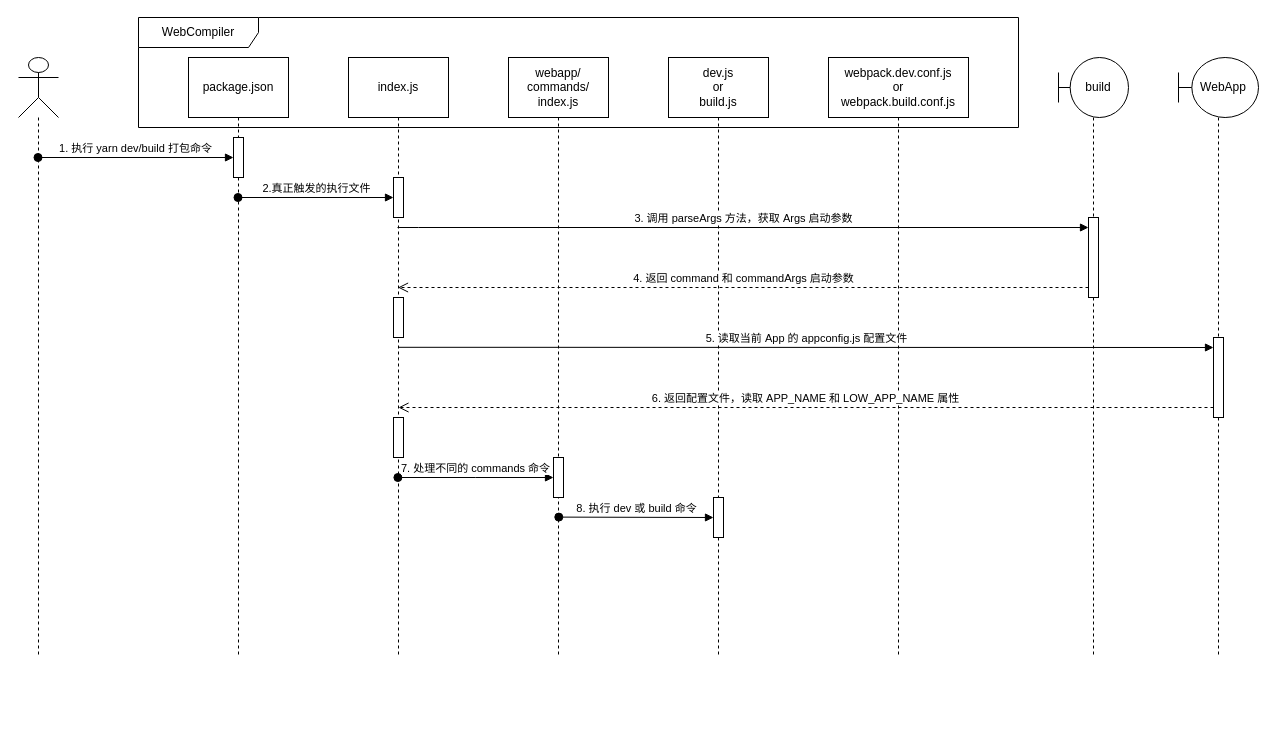
This is page "WebCompiler" (2 of 2) of VIDAA_Monorepo.drawio from LeeDebug/drawio, a draw.io file, before an edit. Source tidied: cells renumbered, new cells numbered last; positions are measured from the earlier drawing's top-left corner, leaving out a move shared by most shapes. Both pictures are drawn from the tidied source at 100%, with x=0, y=0 at pixel (18, 17).
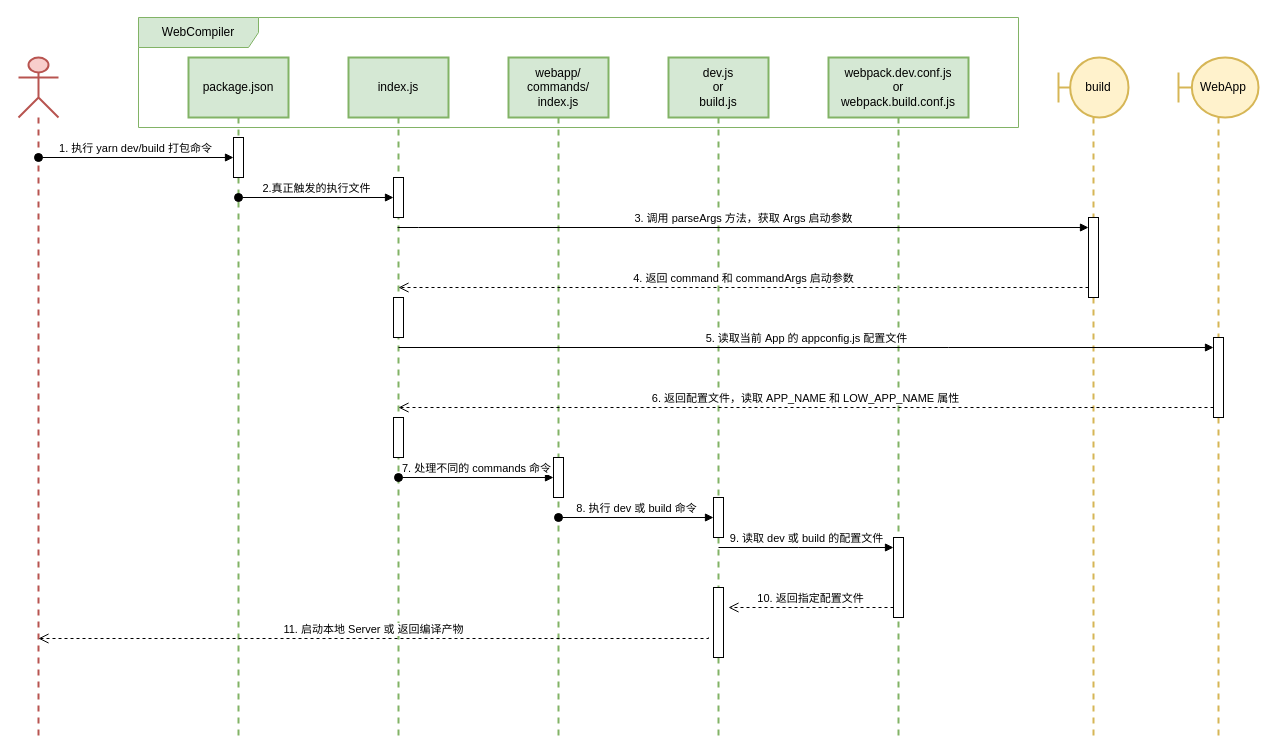
Above is the later version.

Unchanged cells that the change refers to:
```xml
<mxCell id="14" style="html=1;points=[];perimeter=orthogonalPerimeter;outlineConnect=0;targetShapes=umlLifeline;portConstraint=eastwest;newEdgeStyle={&quot;edgeStyle&quot;:&quot;elbowEdgeStyle&quot;,&quot;elbow&quot;:&quot;vertical&quot;,&quot;curved&quot;:0,&quot;rounded&quot;:0};" parent="13" vertex="1">
  <mxGeometry x="45" y="400" width="10" height="40" as="geometry" />
</mxCell>
<mxCell id="16" style="html=1;points=[];perimeter=orthogonalPerimeter;outlineConnect=0;targetShapes=umlLifeline;portConstraint=eastwest;newEdgeStyle={&quot;edgeStyle&quot;:&quot;elbowEdgeStyle&quot;,&quot;elbow&quot;:&quot;vertical&quot;,&quot;curved&quot;:0,&quot;rounded&quot;:0};" parent="15" vertex="1">
  <mxGeometry x="45" y="440" width="10" height="40" as="geometry" />
</mxCell>
<mxCell id="22" style="html=1;points=[];perimeter=orthogonalPerimeter;outlineConnect=0;targetShapes=umlLifeline;portConstraint=eastwest;newEdgeStyle={&quot;edgeStyle&quot;:&quot;elbowEdgeStyle&quot;,&quot;elbow&quot;:&quot;vertical&quot;,&quot;curved&quot;:0,&quot;rounded&quot;:0};" parent="21" vertex="1">
  <mxGeometry x="35" y="280" width="10" height="80" as="geometry" />
</mxCell>
```

Change to the diagram source:
```diff
@@
-    <mxCell id="2" style="shape=umlLifeline;perimeter=lifelinePerimeter;whiteSpace=wrap;html=1;outlineConnect=0;portConstraint=eastwest;newEdgeStyle={&quot;edgeStyle&quot;:&quot;elbowEdgeStyle&quot;,&quot;elbow&quot;:&quot;vertical&quot;,&quot;curved&quot;:0,&quot;rounded&quot;:0};participant=umlActor;size=60;" parent="1" vertex="1">
-      <mxGeometry y="40" width="40" height="600" as="geometry" />
+    <mxCell id="2" style="shape=umlLifeline;perimeter=lifelinePerimeter;whiteSpace=wrap;html=1;outlineConnect=0;portConstraint=eastwest;newEdgeStyle={&quot;edgeStyle&quot;:&quot;elbowEdgeStyle&quot;,&quot;elbow&quot;:&quot;vertical&quot;,&quot;curved&quot;:0,&quot;rounded&quot;:0};participant=umlActor;size=60;fillColor=#f8cecc;strokeColor=#b85450;strokeWidth=2;" parent="1" vertex="1">
+      <mxGeometry y="40" width="40" height="680" as="geometry" />
     </mxCell>
-    <mxCell id="3" value="package.json" style="shape=umlLifeline;perimeter=lifelinePerimeter;whiteSpace=wrap;html=1;outlineConnect=0;portConstraint=eastwest;newEdgeStyle={&quot;edgeStyle&quot;:&quot;elbowEdgeStyle&quot;,&quot;elbow&quot;:&quot;vertical&quot;,&quot;curved&quot;:0,&quot;rounded&quot;:0};size=60;" parent="1" vertex="1">
-      <mxGeometry x="170" y="40" width="100" height="600" as="geometry" />
+    <mxCell id="3" value="package.json" style="shape=umlLifeline;perimeter=lifelinePerimeter;whiteSpace=wrap;html=1;outlineConnect=0;portConstraint=eastwest;newEdgeStyle={&quot;edgeStyle&quot;:&quot;elbowEdgeStyle&quot;,&quot;elbow&quot;:&quot;vertical&quot;,&quot;curved&quot;:0,&quot;rounded&quot;:0};size=60;fillColor=#d5e8d4;strokeColor=#82b366;strokeWidth=2;" parent="1" vertex="1">
+      <mxGeometry x="170" y="40" width="100" height="680" as="geometry" />
     </mxCell>
@@
-    <mxCell id="5" value="index.js" style="shape=umlLifeline;perimeter=lifelinePerimeter;whiteSpace=wrap;html=1;outlineConnect=0;portConstraint=eastwest;newEdgeStyle={&quot;edgeStyle&quot;:&quot;elbowEdgeStyle&quot;,&quot;elbow&quot;:&quot;vertical&quot;,&quot;curved&quot;:0,&quot;rounded&quot;:0};size=60;" parent="1" vertex="1">
-      <mxGeometry x="330" y="40" width="100" height="600" as="geometry" />
+    <mxCell id="5" value="index.js" style="shape=umlLifeline;perimeter=lifelinePerimeter;whiteSpace=wrap;html=1;outlineConnect=0;portConstraint=eastwest;newEdgeStyle={&quot;edgeStyle&quot;:&quot;elbowEdgeStyle&quot;,&quot;elbow&quot;:&quot;vertical&quot;,&quot;curved&quot;:0,&quot;rounded&quot;:0};size=60;fillColor=#d5e8d4;strokeColor=#82b366;strokeWidth=2;" parent="1" vertex="1">
+      <mxGeometry x="330" y="40" width="100" height="680" as="geometry" />
     </mxCell>
@@
-    <mxCell id="10" value="&amp;nbsp; &amp;nbsp;build" style="shape=umlLifeline;perimeter=lifelinePerimeter;whiteSpace=wrap;html=1;newEdgeStyle={&quot;edgeStyle&quot;:&quot;elbowEdgeStyle&quot;,&quot;elbow&quot;:&quot;vertical&quot;,&quot;curved&quot;:0,&quot;rounded&quot;:0};participant=umlBoundary;size=60;" parent="1" vertex="1">
-      <mxGeometry x="1040" y="40" width="70" height="600" as="geometry" />
+    <mxCell id="10" value="&amp;nbsp; &amp;nbsp;build" style="shape=umlLifeline;perimeter=lifelinePerimeter;whiteSpace=wrap;html=1;newEdgeStyle={&quot;edgeStyle&quot;:&quot;elbowEdgeStyle&quot;,&quot;elbow&quot;:&quot;vertical&quot;,&quot;curved&quot;:0,&quot;rounded&quot;:0};participant=umlBoundary;size=60;fillColor=#fff2cc;strokeColor=#d6b656;strokeWidth=2;" parent="1" vertex="1">
+      <mxGeometry x="1040" y="40" width="70" height="680" as="geometry" />
     </mxCell>
@@
-    <mxCell id="12" value="WebCompiler" style="shape=umlFrame;whiteSpace=wrap;html=1;width=120;height=30;" parent="1" vertex="1">
+    <mxCell id="12" value="WebCompiler" style="shape=umlFrame;whiteSpace=wrap;html=1;width=120;height=30;fillColor=#d5e8d4;strokeColor=#82b366;" parent="1" vertex="1">
       <mxGeometry x="120" width="880" height="110" as="geometry" />
     </mxCell>
-    <mxCell id="13" value="webapp/&lt;br&gt;commands/&lt;br&gt;index.js" style="shape=umlLifeline;perimeter=lifelinePerimeter;whiteSpace=wrap;html=1;outlineConnect=0;portConstraint=eastwest;newEdgeStyle={&quot;edgeStyle&quot;:&quot;elbowEdgeStyle&quot;,&quot;elbow&quot;:&quot;vertical&quot;,&quot;curved&quot;:0,&quot;rounded&quot;:0};size=60;" parent="1" vertex="1">
-      <mxGeometry x="490" y="40" width="100" height="600" as="geometry" />
+    <mxCell id="13" value="webapp/&lt;br&gt;commands/&lt;br&gt;index.js" style="shape=umlLifeline;perimeter=lifelinePerimeter;whiteSpace=wrap;html=1;outlineConnect=0;portConstraint=eastwest;newEdgeStyle={&quot;edgeStyle&quot;:&quot;elbowEdgeStyle&quot;,&quot;elbow&quot;:&quot;vertical&quot;,&quot;curved&quot;:0,&quot;rounded&quot;:0};size=60;fillColor=#d5e8d4;strokeColor=#82b366;strokeWidth=2;" parent="1" vertex="1">
+      <mxGeometry x="490" y="40" width="100" height="680" as="geometry" />
     </mxCell>
@@
-    <mxCell id="15" value="dev.js&lt;br&gt;or&lt;br&gt;build.js" style="shape=umlLifeline;perimeter=lifelinePerimeter;whiteSpace=wrap;html=1;newEdgeStyle={&quot;edgeStyle&quot;:&quot;elbowEdgeStyle&quot;,&quot;elbow&quot;:&quot;vertical&quot;,&quot;curved&quot;:0,&quot;rounded&quot;:0};size=60;" parent="1" vertex="1">
-      <mxGeometry x="650" y="40" width="100" height="600" as="geometry" />
+    <mxCell id="15" value="dev.js&lt;br&gt;or&lt;br&gt;build.js" style="shape=umlLifeline;perimeter=lifelinePerimeter;whiteSpace=wrap;html=1;newEdgeStyle={&quot;edgeStyle&quot;:&quot;elbowEdgeStyle&quot;,&quot;elbow&quot;:&quot;vertical&quot;,&quot;curved&quot;:0,&quot;rounded&quot;:0};size=60;fillColor=#d5e8d4;strokeColor=#82b366;strokeWidth=2;" parent="1" vertex="1">
+      <mxGeometry x="650" y="40" width="100" height="680" as="geometry" />
     </mxCell>
@@
+    <mxCell id="27" style="html=1;perimeter=orthogonalPerimeter;targetShapes=umlLifeline;newEdgeStyle={&quot;edgeStyle&quot;:&quot;elbowEdgeStyle&quot;,&quot;elbow&quot;:&quot;vertical&quot;,&quot;curved&quot;:0,&quot;rounded&quot;:0};" parent="15" vertex="1">
+      <mxGeometry x="45" y="530" width="10" height="70" as="geometry" />
+    </mxCell>
-    <mxCell id="17" value="webpack.dev.conf.js&lt;br&gt;or&lt;br&gt;webpack.build.conf.js" style="shape=umlLifeline;perimeter=lifelinePerimeter;whiteSpace=wrap;html=1;newEdgeStyle={&quot;edgeStyle&quot;:&quot;elbowEdgeStyle&quot;,&quot;elbow&quot;:&quot;vertical&quot;,&quot;curved&quot;:0,&quot;rounded&quot;:0};size=60;" parent="1" vertex="1">
-      <mxGeometry x="810" y="40" width="140" height="600" as="geometry" />
+    <mxCell id="17" value="webpack.dev.conf.js&lt;br&gt;or&lt;br&gt;webpack.build.conf.js" style="shape=umlLifeline;perimeter=lifelinePerimeter;whiteSpace=wrap;html=1;newEdgeStyle={&quot;edgeStyle&quot;:&quot;elbowEdgeStyle&quot;,&quot;elbow&quot;:&quot;vertical&quot;,&quot;curved&quot;:0,&quot;rounded&quot;:0};size=60;fillColor=#d5e8d4;strokeColor=#82b366;strokeWidth=2;" parent="1" vertex="1">
+      <mxGeometry x="810" y="40" width="140" height="680" as="geometry" />
     </mxCell>
+    <mxCell id="28" style="html=1;points=[];perimeter=orthogonalPerimeter;outlineConnect=0;targetShapes=umlLifeline;portConstraint=eastwest;newEdgeStyle={&quot;edgeStyle&quot;:&quot;elbowEdgeStyle&quot;,&quot;elbow&quot;:&quot;vertical&quot;,&quot;curved&quot;:0,&quot;rounded&quot;:0};" parent="17" vertex="1">
+      <mxGeometry x="65" y="480" width="10" height="80" as="geometry" />
+    </mxCell>
@@
-    <mxCell id="21" value="&amp;nbsp; &amp;nbsp;WebApp" style="shape=umlLifeline;perimeter=lifelinePerimeter;whiteSpace=wrap;html=1;newEdgeStyle={&quot;edgeStyle&quot;:&quot;elbowEdgeStyle&quot;,&quot;elbow&quot;:&quot;vertical&quot;,&quot;curved&quot;:0,&quot;rounded&quot;:0};participant=umlBoundary;size=60;" parent="1" vertex="1">
-      <mxGeometry x="1160" y="40" width="80" height="600" as="geometry" />
+    <mxCell id="21" value="&amp;nbsp; &amp;nbsp;WebApp" style="shape=umlLifeline;perimeter=lifelinePerimeter;whiteSpace=wrap;html=1;newEdgeStyle={&quot;edgeStyle&quot;:&quot;elbowEdgeStyle&quot;,&quot;elbow&quot;:&quot;vertical&quot;,&quot;curved&quot;:0,&quot;rounded&quot;:0};participant=umlBoundary;size=60;fillColor=#fff2cc;strokeColor=#d6b656;strokeWidth=2;" parent="1" vertex="1">
+      <mxGeometry x="1160" y="40" width="80" height="680" as="geometry" />
     </mxCell>
@@
-    <mxCell id="23" value="5. 读取当前 App 的 appconfig.js 配置文件" style="html=1;verticalAlign=bottom;endArrow=block;edgeStyle=elbowEdgeStyle;elbow=vertical;curved=0;rounded=0;exitX=0.498;exitY=0.483;exitDx=0;exitDy=0;exitPerimeter=0;" parent="1" edge="1" source="5" target="22">
+    <mxCell id="23" value="5. 读取当前 App 的 appconfig.js 配置文件" style="html=1;verticalAlign=bottom;endArrow=block;edgeStyle=elbowEdgeStyle;elbow=vertical;curved=0;rounded=0;" parent="1" edge="1" target="22">
       <mxGeometry relative="1" as="geometry">
+        <mxPoint x="380" y="330" as="sourcePoint" />
         <Array as="points">
           <mxPoint x="930" y="330" />
           <mxPoint x="900" y="370" />
         </Array>
       </mxGeometry>
     </mxCell>
@@
-    <mxCell id="25" value="7. 处理不同的 commands 命令" style="html=1;verticalAlign=bottom;startArrow=oval;endArrow=block;startSize=8;edgeStyle=elbowEdgeStyle;elbow=vertical;curved=0;rounded=0;exitX=0.494;exitY=0.7;exitDx=0;exitDy=0;exitPerimeter=0;" parent="1" edge="1" source="5" target="14">
+    <mxCell id="25" value="7. 处理不同的 commands 命令" style="html=1;verticalAlign=bottom;startArrow=oval;endArrow=block;startSize=8;edgeStyle=elbowEdgeStyle;elbow=vertical;curved=0;rounded=0;" parent="1" edge="1" source="5" target="14">
       <mxGeometry relative="1" as="geometry" />
     </mxCell>
-    <mxCell id="26" value="8. 执行 dev 或 build 命令" style="html=1;verticalAlign=bottom;startArrow=oval;endArrow=block;startSize=8;edgeStyle=elbowEdgeStyle;elbow=vertical;curved=0;rounded=0;exitX=0.503;exitY=0.766;exitDx=0;exitDy=0;exitPerimeter=0;" parent="1" edge="1" source="13" target="16">
+    <mxCell id="26" value="8. 执行 dev 或 build 命令" style="html=1;verticalAlign=bottom;startArrow=oval;endArrow=block;startSize=8;edgeStyle=elbowEdgeStyle;elbow=vertical;curved=0;rounded=0;" parent="1" edge="1" source="13" target="16">
       <mxGeometry relative="1" as="geometry" />
     </mxCell>
+    <mxCell id="29" value="9. 读取 dev 或 build 的配置文件" style="html=1;verticalAlign=bottom;endArrow=block;edgeStyle=elbowEdgeStyle;elbow=vertical;curved=0;rounded=0;" parent="1" edge="1" target="28">
+      <mxGeometry relative="1" as="geometry">
+        <mxPoint x="700" y="530" as="sourcePoint" />
+        <Array as="points">
+          <mxPoint x="780" y="530" />
+        </Array>
+      </mxGeometry>
+    </mxCell>
+    <mxCell id="30" value="10. 返回指定配置文件" style="html=1;verticalAlign=bottom;endArrow=open;dashed=1;endSize=8;edgeStyle=elbowEdgeStyle;elbow=vertical;curved=0;rounded=0;" parent="1" edge="1" source="28">
+      <mxGeometry relative="1" as="geometry">
+        <mxPoint x="710" y="590" as="targetPoint" />
+        <Array as="points">
+          <mxPoint x="800" y="590" />
+        </Array>
+      </mxGeometry>
+    </mxCell>
+    <mxCell id="31" value="11. 启动本地 Server 或 返回编译产物" style="html=1;verticalAlign=bottom;endArrow=open;dashed=1;endSize=8;edgeStyle=elbowEdgeStyle;elbow=vertical;curved=0;rounded=0;entryX=0.499;entryY=0.855;entryDx=0;entryDy=0;entryPerimeter=0;" parent="1" edge="1" target="2">
+      <mxGeometry relative="1" as="geometry">
+        <mxPoint x="690" y="620" as="sourcePoint" />
+      </mxGeometry>
+    </mxCell>
```
